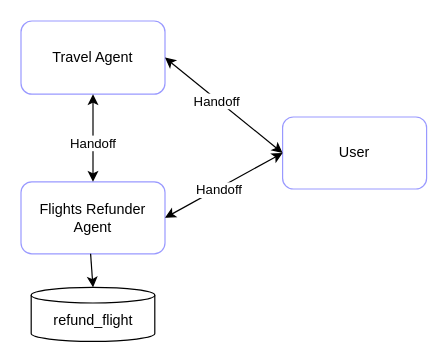
The draw.io diagram python/packages/autogen-core/docs/drawio/swarm_customer_support.drawio in microsoft/autogen, before the edit. Source tidied: cells renumbered, new cells numbered last; positions are measured from the earlier drawing's top-left corner, leaving out a move shared by most shapes. Both pictures are drawn from the tidied source at 120%, with x=0, y=0 at pixel (20, 20).
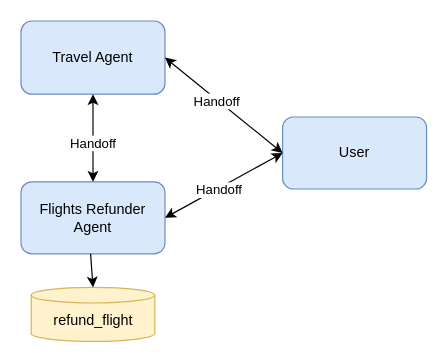
The same page after the edit.

Commit message (it also covers changes not shown here):
Update swarm tutorial

The edit, as a diff of the source:
```diff
@@
 <mxGraphModel>
   <root>
     <mxCell id="0" />
     <mxCell id="1" parent="0" />
-    <mxCell id="2" value="Travel Agent" style="rounded=1;whiteSpace=wrap;html=1;strokeColor=#9999FF;gradientColor=default;fillColor=none;" parent="1" vertex="1">
+    <mxCell id="2" value="Travel Agent" style="rounded=1;whiteSpace=wrap;html=1;strokeColor=#6c8ebf;fillColor=#dae8fc;" parent="1" vertex="1">
       <mxGeometry width="120" height="61" as="geometry" />
     </mxCell>
-    <mxCell id="3" value="User" style="rounded=1;whiteSpace=wrap;html=1;strokeColor=#9999FF;gradientColor=default;fillColor=none;" parent="1" vertex="1">
+    <mxCell id="3" value="User" style="rounded=1;whiteSpace=wrap;html=1;strokeColor=#6c8ebf;fillColor=#dae8fc;" parent="1" vertex="1">
       <mxGeometry x="218" y="80" width="120" height="60" as="geometry" />
     </mxCell>
-    <mxCell id="4" value="&lt;div&gt;&lt;span style=&quot;background-color: initial; --darkreader-inline-bgcolor: initial;&quot;&gt;Flights Refunder Agent&lt;/span&gt;&lt;/div&gt;" style="rounded=1;whiteSpace=wrap;html=1;strokeColor=#9999FF;gradientColor=default;fillColor=none;" parent="1" vertex="1">
+    <mxCell id="4" value="&lt;div&gt;&lt;span style=&quot;background-color: initial; --darkreader-inline-bgcolor: initial;&quot;&gt;Flights Refunder Agent&lt;/span&gt;&lt;/div&gt;" style="rounded=1;whiteSpace=wrap;html=1;strokeColor=#6c8ebf;fillColor=#dae8fc;" parent="1" vertex="1">
       <mxGeometry y="134" width="120" height="60" as="geometry" />
     </mxCell>
     <mxCell id="5" style="endArrow=classic;startArrow=classic;html=1;rounded=0;entryX=0.5;entryY=1;entryDx=0;entryDy=0;" parent="1" edge="1" source="4" target="2">
       <mxGeometry relative="1" as="geometry" />
     </mxCell>
     <mxCell id="6" value="Handoff" style="edgeLabel;html=1;align=center;verticalAlign=middle;" parent="5" vertex="1">
       <mxGeometry x="-0.06" y="1" relative="1" as="geometry">
         <mxPoint y="1" as="offset" />
       </mxGeometry>
     </mxCell>
     <mxCell id="7" style="endArrow=classic;startArrow=classic;html=1;rounded=0;exitX=1;exitY=0.5;exitDx=0;exitDy=0;entryX=0;entryY=0.5;entryDx=0;entryDy=0;" parent="1" edge="1" source="2" target="3">
       <mxGeometry relative="1" as="geometry" />
     </mxCell>
     <mxCell id="8" value="Handoff" style="edgeLabel;html=1;align=center;verticalAlign=middle;" parent="7" vertex="1">
       <mxGeometry x="-0.11" y="-1" relative="1" as="geometry" />
     </mxCell>
     <mxCell id="9" style="endArrow=classic;startArrow=classic;html=1;rounded=0;exitX=1;exitY=0.5;exitDx=0;exitDy=0;entryX=0;entryY=0.5;entryDx=0;entryDy=0;" parent="1" edge="1" source="4" target="3">
       <mxGeometry relative="1" as="geometry" />
     </mxCell>
     <mxCell id="10" value="Handoff" style="edgeLabel;html=1;align=center;verticalAlign=middle;" parent="9" vertex="1">
       <mxGeometry x="-0.11" y="-1" relative="1" as="geometry" />
     </mxCell>
-    <mxCell id="11" value="refund_flight" style="shape=cylinder3;whiteSpace=wrap;html=1;boundedLbl=1;backgroundOutline=1;size=6.500000000000057;" parent="1" vertex="1">
+    <mxCell id="11" value="refund_flight" style="shape=cylinder3;whiteSpace=wrap;html=1;boundedLbl=1;backgroundOutline=1;size=6.500000000000057;fillColor=#fff2cc;strokeColor=#d6b656;" parent="1" vertex="1">
       <mxGeometry x="8.5" y="222" width="103" height="45" as="geometry" />
     </mxCell>
     <mxCell id="12" style="endArrow=classic;html=1;rounded=0;entryX=0.5;entryY=0;entryDx=0;entryDy=0;entryPerimeter=0;" parent="1" edge="1" target="11">
       <mxGeometry relative="1" as="geometry">
         <mxPoint x="58" y="194" as="sourcePoint" />
       </mxGeometry>
     </mxCell>
   </root>
 </mxGraphModel>
```
